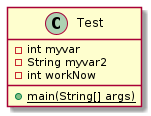
This is docs/uml/test.png from andrewdimmer/csi-3370-software-project-config-test, a PlantUML export, as it was before one commit.
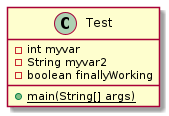
The same diagram one commit later.

Commit message:
Generate SVG and PNG Images for PlantUML Diagrams

What changed in the source:
```diff
@@ -3,7 +3,7 @@
 class Test {
     - int myvar
     - String myvar2
-    - int workNow
+    - boolean finallyWorking
     {static} + main(String[] args)
 }
 
```
